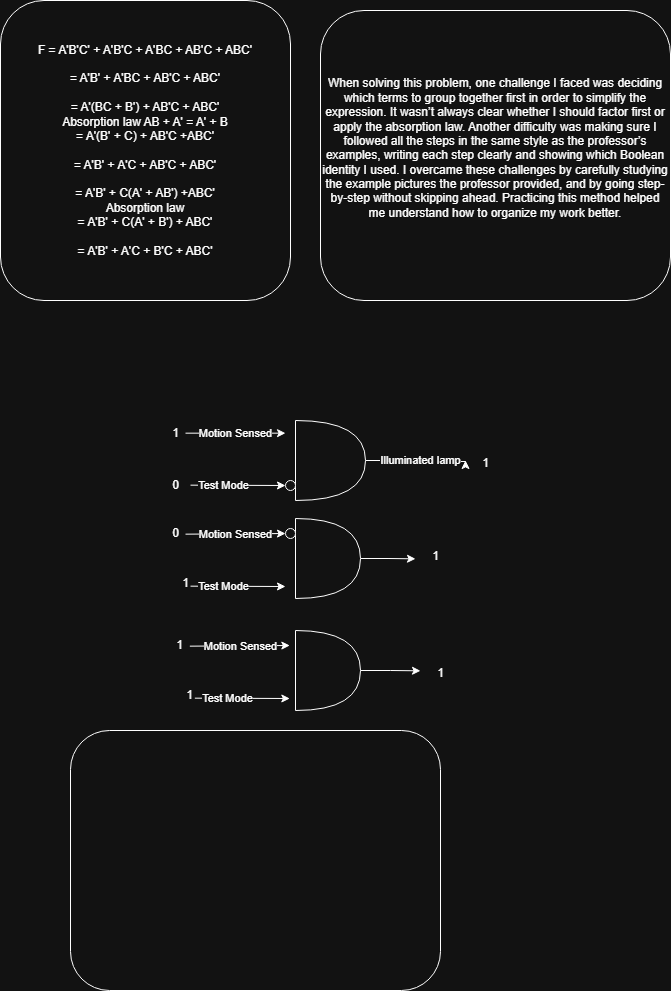
The draw.io diagram Boolean_algebra_Activity.md.drawio.png in TheDifferenze/hello-world, before a commit. Source tidied: cells renumbered, new cells last; positions are measured from the earlier drawing's top-left corner, leaving out a move shared by most shapes.
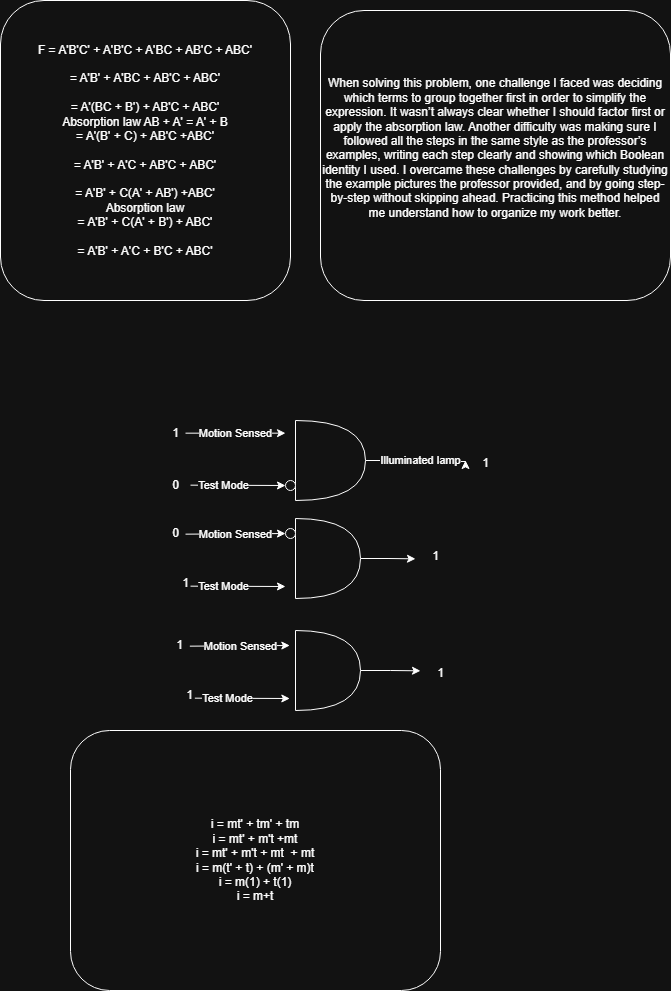
After the change.

What changed in the source:
```diff
@@ -159,7 +159,7 @@
     <mxCell id="38" value="1" style="text;html=1;align=center;verticalAlign=middle;strokeColor=none;fillColor=none;" parent="1" vertex="1">
       <mxGeometry x="425" y="658" width="30" height="30" as="geometry" />
     </mxCell>
-    <mxCell id="39" style="rounded=1;whiteSpace=wrap;html=1;" parent="1" vertex="1">
+    <mxCell id="39" value="i = mt' + tm' + tm&lt;div&gt;i = mt' + m't +mt&lt;/div&gt;&lt;div&gt;i = mt' + m't + mt&amp;nbsp; + mt&lt;/div&gt;&lt;div&gt;i = m(t' + t) + (m' + m)t&lt;/div&gt;&lt;div&gt;i = m(1) + t(1)&lt;/div&gt;&lt;div&gt;i = m+t&lt;/div&gt;" style="rounded=1;whiteSpace=wrap;html=1;" parent="1" vertex="1">
       <mxGeometry x="70" y="730" width="370" height="260" as="geometry" />
     </mxCell>
   </root>
```
